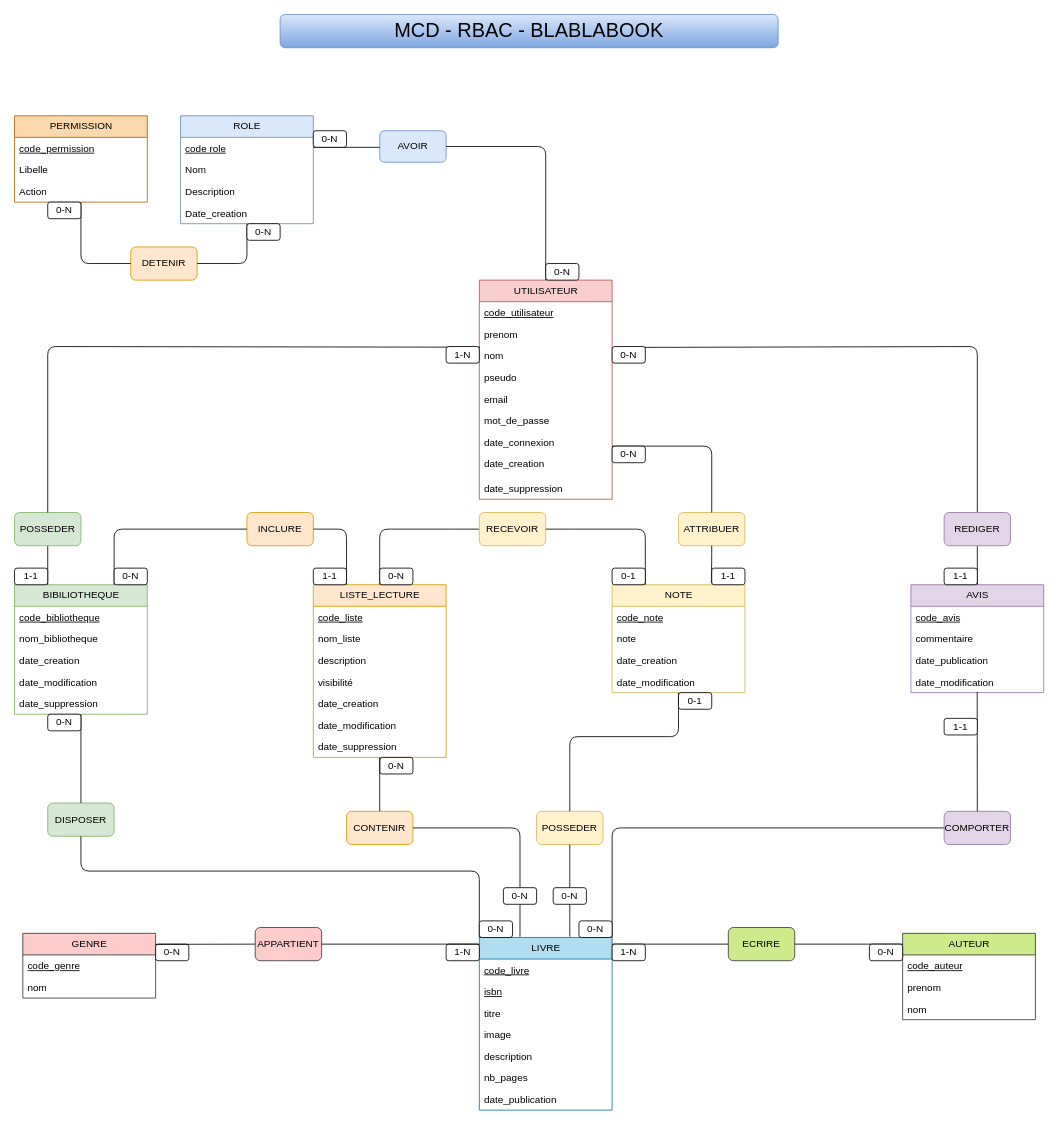
This is Docs/Merise/MCD/blablabook-mcd-V3.drawio from ElodieOrozcoTaveira/BlablaBookPerso, a draw.io file, before an edit. Source tidied: cells renumbered, new cells numbered last; positions are measured from the earlier drawing's top-left corner, leaving out a move shared by most shapes. Both pictures are drawn from the tidied source at 83%, with x=0, y=0 at pixel (14, 14).
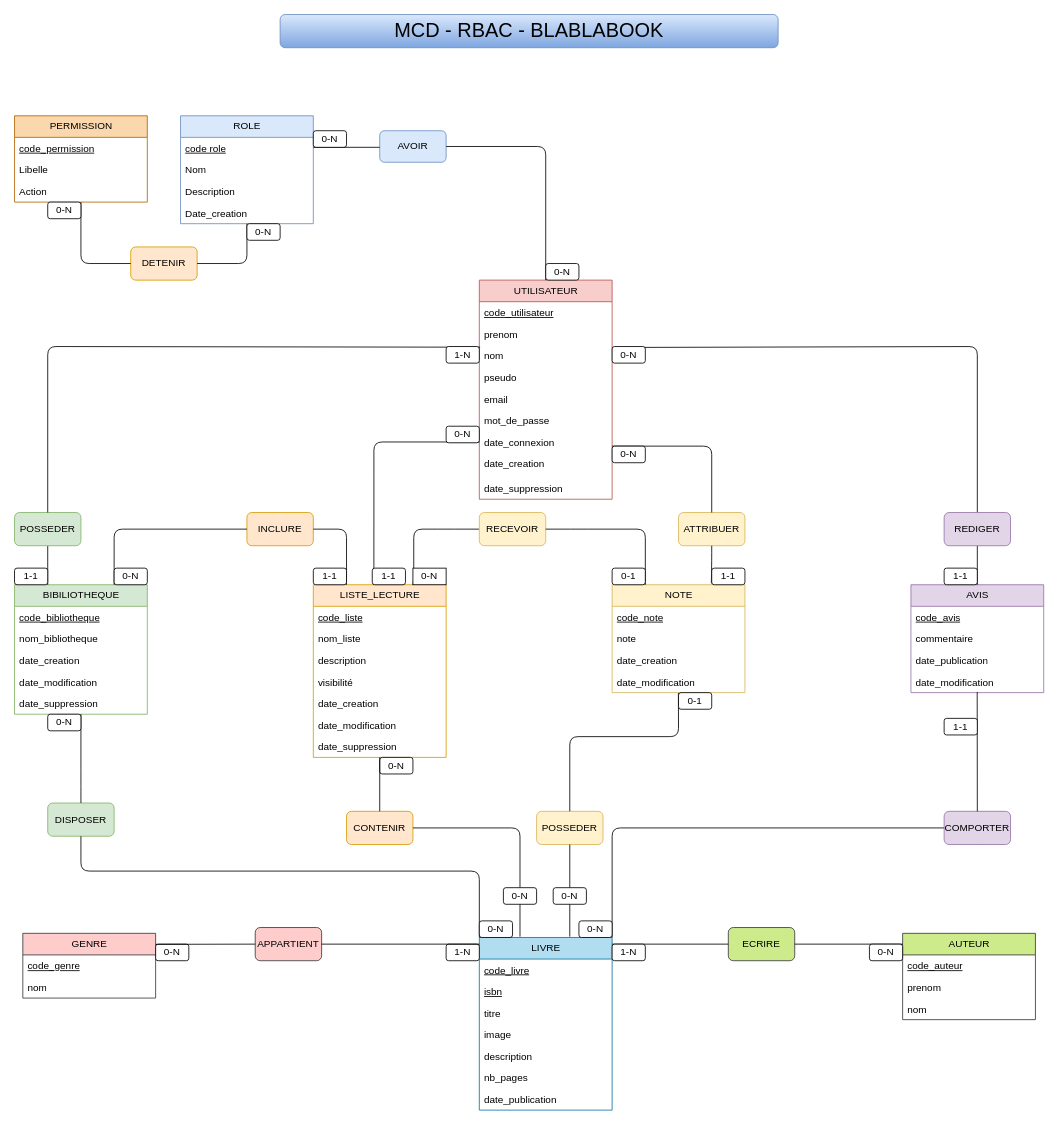
The same page after the edit.

The change refers to these unchanged cells:
```xml
<mxCell id="18" value="date_connexion" style="text;strokeColor=none;fillColor=none;align=left;verticalAlign=top;spacingLeft=4;spacingRight=4;overflow=hidden;points=[[0,0.5],[1,0.5]];portConstraint=eastwest;whiteSpace=wrap;html=1;" parent="11" vertex="1">
  <mxGeometry y="182" width="160" height="26" as="geometry" />
</mxCell>
<mxCell id="55" value="LISTE_LECTURE" style="swimlane;fontStyle=0;horizontal=1;startSize=26;fillColor=#ffe6cc;html=1;strokeColor=#d79b00;" parent="1" vertex="1">
  <mxGeometry x="360" y="687" width="160" height="208" as="geometry" />
</mxCell>
<mxCell id="82" value="&lt;span style=&quot;color: rgb(0, 0, 0);&quot;&gt;RECEVOIR&lt;/span&gt;" style="rounded=1;whiteSpace=wrap;html=1;fillColor=#fff2cc;strokeColor=#d6b656;" parent="1" vertex="1">
  <mxGeometry x="560" y="600" width="80" height="40" as="geometry" />
</mxCell>
```

Diff of the diagram source:
```diff
@@
-    <mxCell id="66" style="endArrow=none;html=1;entryX=0;entryY=0.5;entryDx=0;entryDy=0;exitX=0.5;exitY=0;exitDx=0;exitDy=0;" parent="1" edge="1" source="55" target="82">
+    <mxCell id="66" style="endArrow=none;html=1;entryX=0;entryY=0.5;entryDx=0;entryDy=0;exitX=0.75;exitY=0;exitDx=0;exitDy=0;" parent="1" edge="1" source="55" target="82">
       <mxGeometry relative="1" as="geometry">
         <Array as="points">
-          <mxPoint x="440" y="680" />
-          <mxPoint x="440" y="620" />
+          <mxPoint x="481" y="680" />
+          <mxPoint x="481" y="620" />
           <mxPoint x="520" y="620" />
         </Array>
       </mxGeometry>
     </mxCell>
@@
-    <mxCell id="103" value="0-N" style="rounded=1;whiteSpace=wrap;html=1;" parent="1" vertex="1">
-      <mxGeometry x="440" y="667" width="40" height="20" as="geometry" />
+    <mxCell id="103" value="0-N" style="rounded=1;whiteSpace=wrap;html=1;arcSize=0;" parent="1" vertex="1">
+      <mxGeometry x="480" y="667" width="40" height="20" as="geometry" />
     </mxCell>
@@
+    <mxCell id="129" style="endArrow=none;html=1;entryX=0;entryY=0.5;entryDx=0;entryDy=0;exitX=0.456;exitY=0;exitDx=0;exitDy=0;exitPerimeter=0;" parent="1" edge="1" source="55" target="18">
+      <mxGeometry relative="1" as="geometry">
+        <Array as="points">
+          <mxPoint x="433" y="515" />
+        </Array>
+      </mxGeometry>
+    </mxCell>
+    <mxCell id="130" value="0-N" style="rounded=1;whiteSpace=wrap;html=1;" parent="1" vertex="1">
+      <mxGeometry x="520" y="496" width="40" height="20" as="geometry" />
+    </mxCell>
+    <mxCell id="131" value="1-1" style="rounded=1;whiteSpace=wrap;html=1;" parent="1" vertex="1">
+      <mxGeometry x="431" y="667" width="40" height="20" as="geometry" />
+    </mxCell>
```
